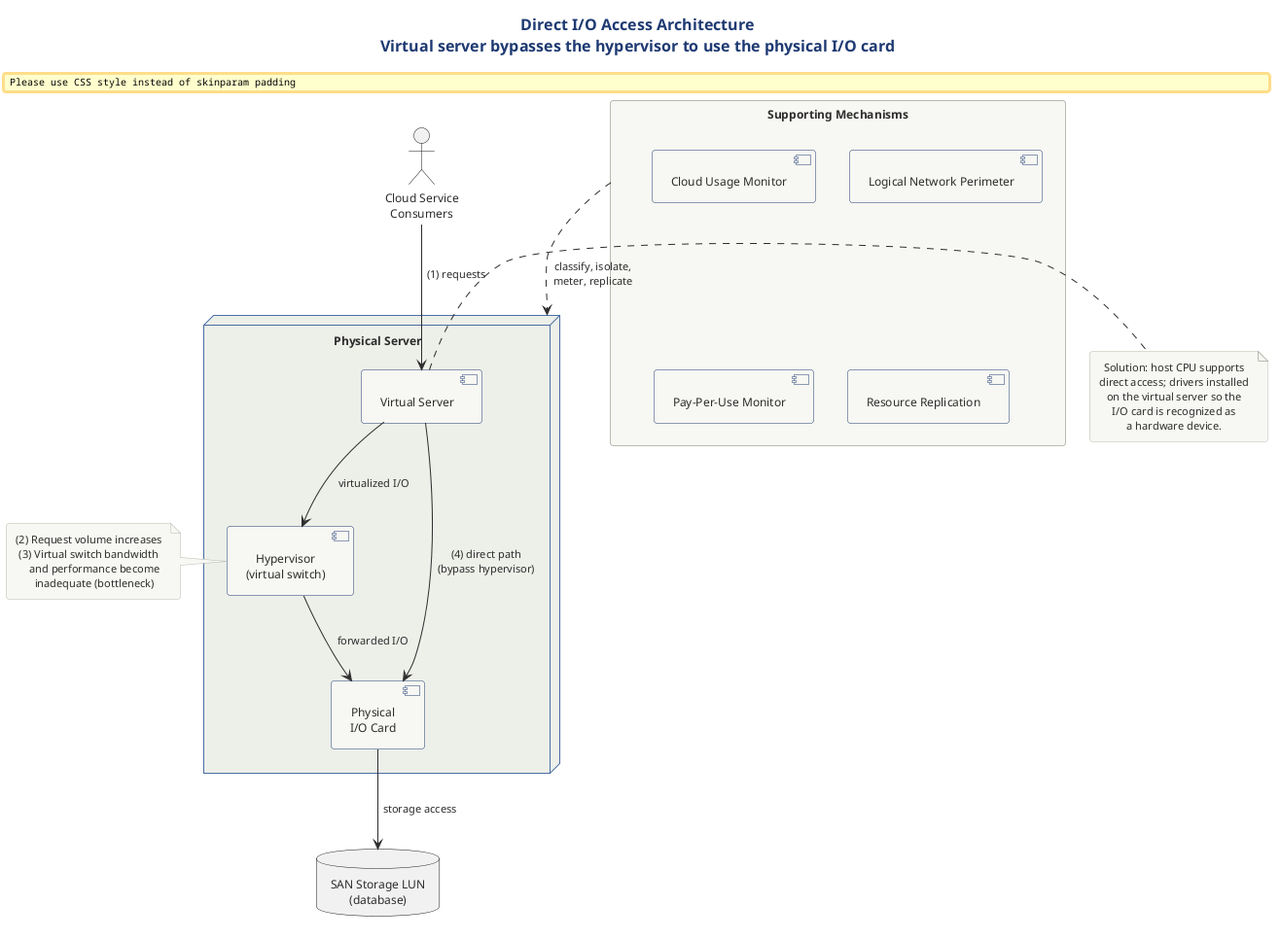
Earlier version of the PlantUML export src/architecture/cloud/architecture/cloud-architecture-diagram-library/specialized-cloud-architectures-puml/png/01-direct-io-access.png (Notoriousjayy/latex-docs).
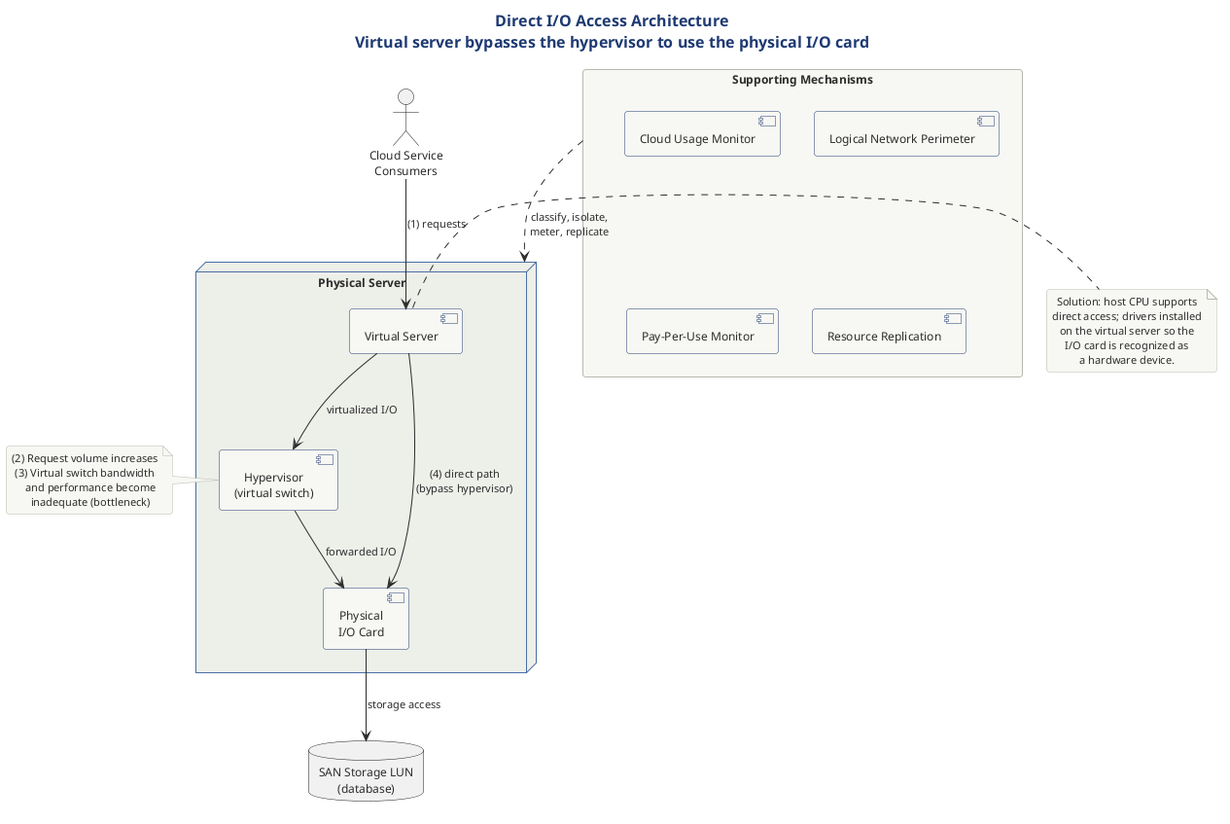
After the change.

Diff of the diagram source:
```diff
@@ -1,4 +1,4 @@
-@startuml direct_io_access
+@startuml
 !include ../../../../../../tooling/styles/plantuml/structural/deployment-diagram-style.iuml
 
 title Direct I/O Access Architecture\nVirtual server bypasses the hypervisor to use the physical I/O card
```
